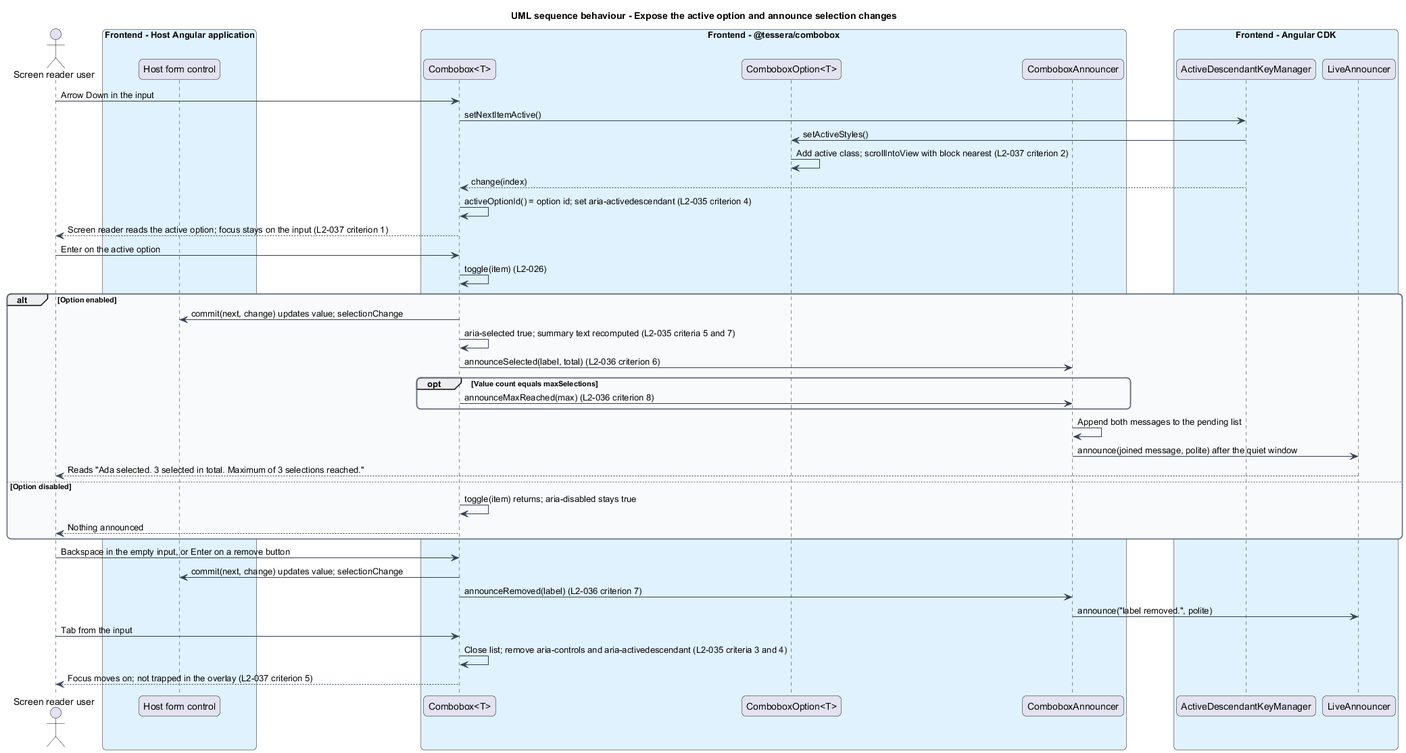
Before: docs/detailed-designs/combobox/expose-to-assistive-tech/diagrams/sequence-active-option-selection.png, a diagram exported from PlantUML (QuinntyneBrown/Tessera).
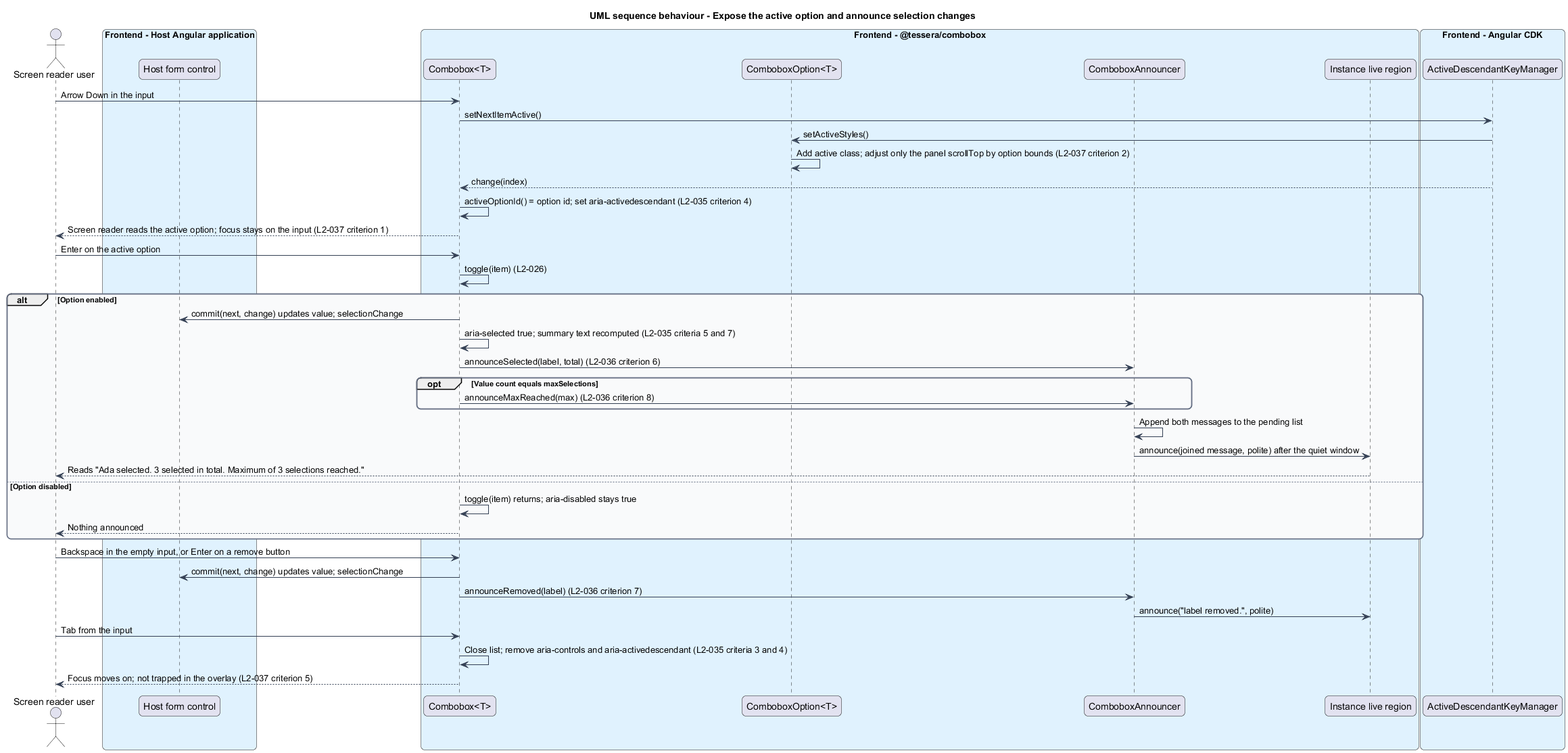
After the change.

Diff of the diagram source:
```diff
@@ -22,16 +22,16 @@
   participant "Combobox<T>" as combobox
   participant "ComboboxOption<T>" as option
   participant "ComboboxAnnouncer" as announcer
+  participant "Instance live region" as live
 end box
 box "Frontend - Angular CDK" #E0F2FE
   participant "ActiveDescendantKeyManager" as manager
-  participant "LiveAnnouncer" as live
 end box
 
 user -> combobox : Arrow Down in the input
 combobox -> manager : setNextItemActive()
 manager -> option : setActiveStyles()
-option -> option : Add active class; scrollIntoView with block nearest (L2-037 criterion 2)
+option -> option : Add active class; adjust only the panel scrollTop by option bounds (L2-037 criterion 2)
 manager --> combobox : change(index)
 combobox -> combobox : activeOptionId() = option id; set aria-activedescendant (L2-035 criterion 4)
 combobox --> user : Screen reader reads the active option; focus stays on the input (L2-037 criterion 1)
```
